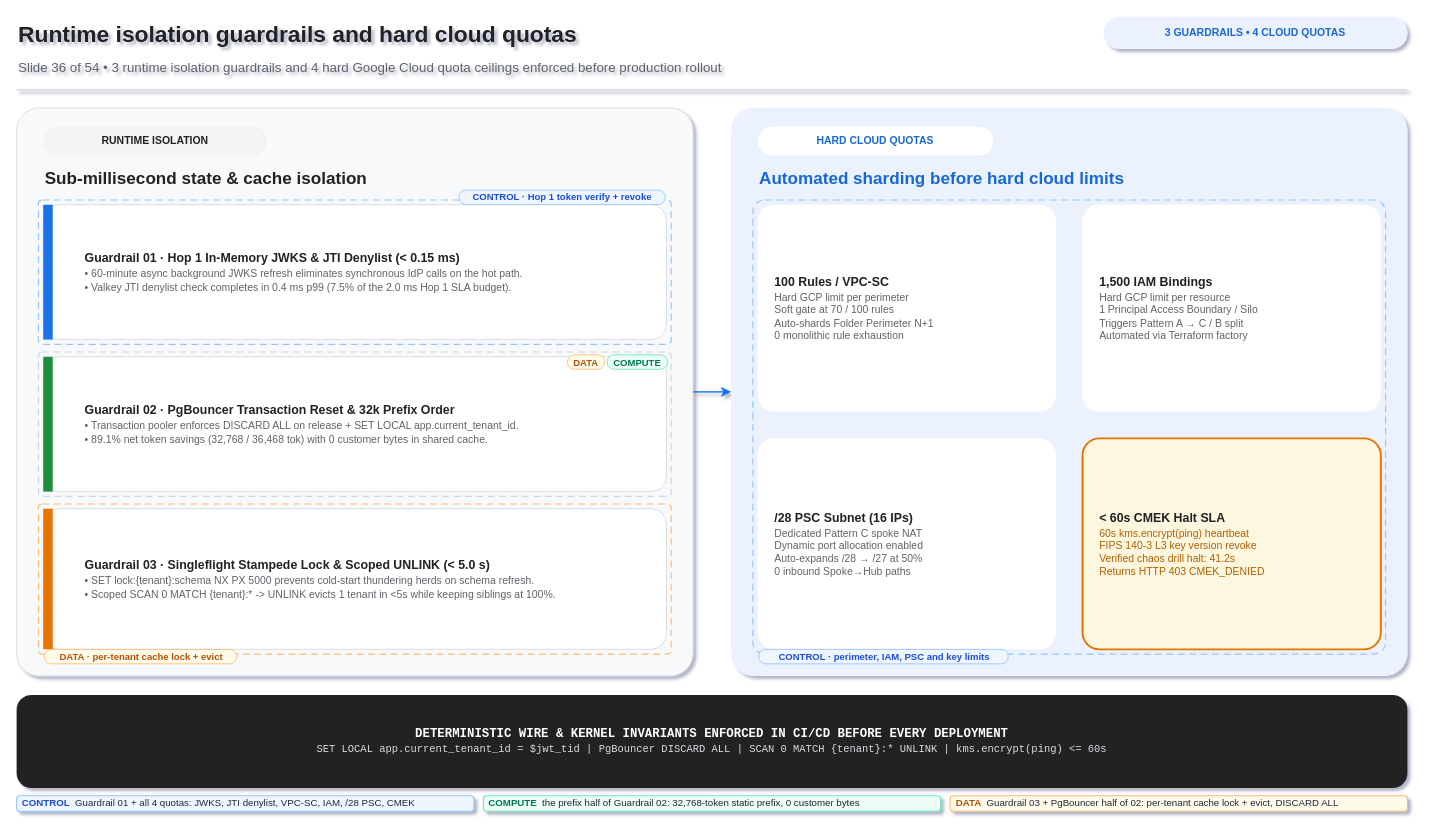
The draw.io diagram diagrams/compendium/drawio/s17-ws5-production-guardrails-quota-dials.drawio in nitinaggarwal-12/blogs, before the edit. Source tidied: cells renumbered, new cells numbered last; positions are measured from the earlier drawing's top-left corner, leaving out a move shared by most shapes. Both pictures are drawn from the tidied source at 95%, with x=0, y=0 at pixel (16, 16).
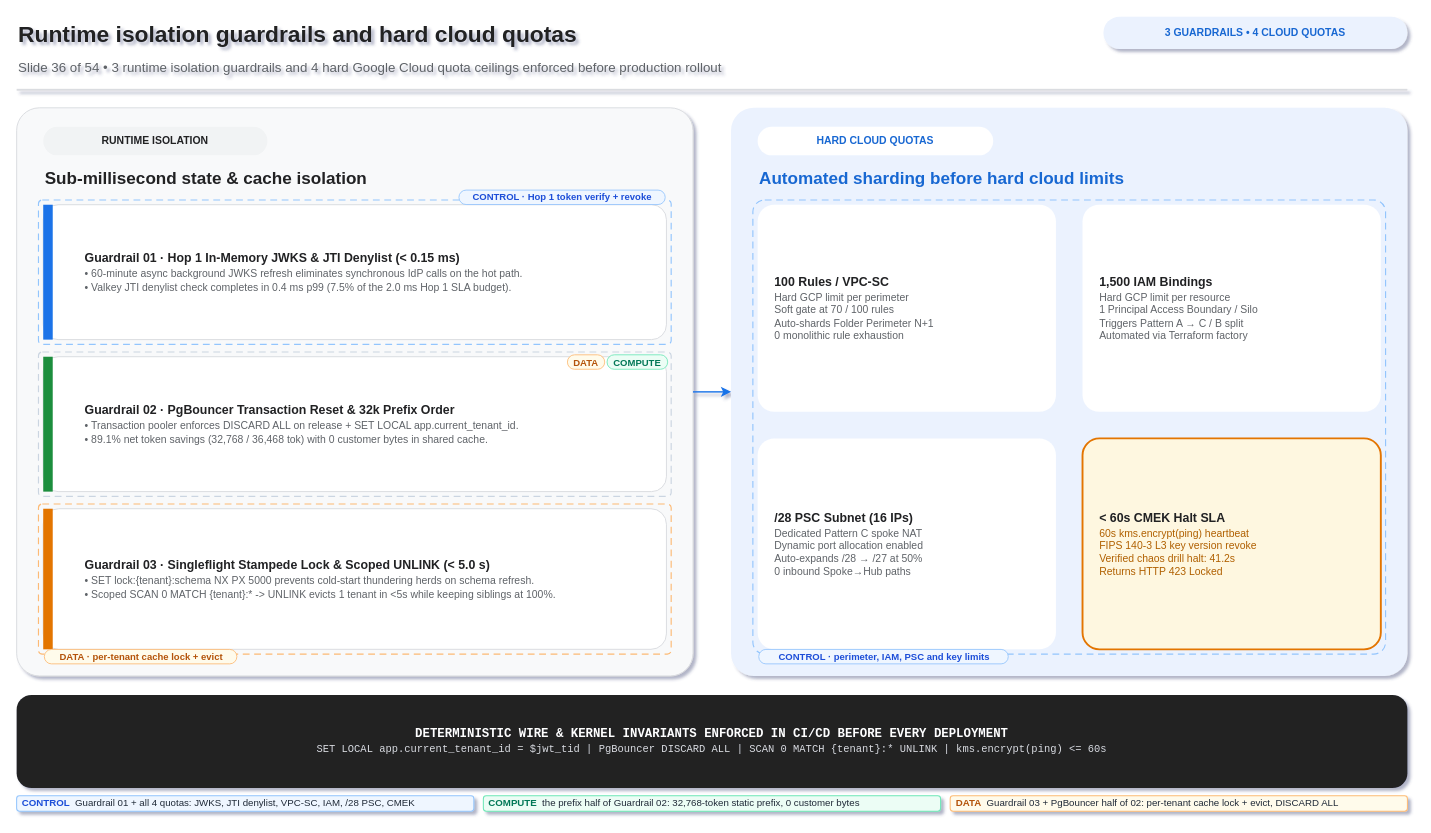
Above is the later version.

Change to the diagram source:
```diff
@@
-    <mxCell id="20" value="&lt;div style='font-family:Arial,Helvetica,sans-serif;color:#202124;'&gt;&lt;div style='font-size:13px;font-weight:700;line-height:1.18;'&gt;&amp;lt; 60s CMEK Halt SLA&lt;/div&gt;&lt;div style='height:3px;'&gt;&lt;/div&gt;&lt;div style='font-size:11px;font-weight:400;line-height:1.22;color:#B06000;'&gt;60s kms.encrypt(ping) heartbeat&lt;/div&gt;&lt;div style='font-size:11px;font-weight:400;line-height:1.22;color:#B06000;'&gt;FIPS 140-3 L3 key version revoke&lt;/div&gt;&lt;div style='font-size:11px;font-weight:400;line-height:1.22;color:#B06000;'&gt;Verified chaos drill halt: 41.2s&lt;/div&gt;&lt;div style='font-size:11px;font-weight:400;line-height:1.22;color:#B06000;'&gt;Returns HTTP 403 CMEK_DENIED&lt;/div&gt;&lt;/div&gt;" style="rounded=1;arcSize=8;whiteSpace=wrap;html=1;fillColor=#FEF7E0;strokeColor=#E37400;strokeWidth=2;fontColor=#202124;verticalAlign=middle;align=left;spacingLeft=16;shadow=0;" parent="1" vertex="1">
+    <mxCell id="20" value="&lt;div style='font-family:Arial,Helvetica,sans-serif;color:#202124;'&gt;&lt;div style='font-size:13px;font-weight:700;line-height:1.18;'&gt;&amp;lt; 60s CMEK Halt SLA&lt;/div&gt;&lt;div style='height:3px;'&gt;&lt;/div&gt;&lt;div style='font-size:11px;font-weight:400;line-height:1.22;color:#B06000;'&gt;60s kms.encrypt(ping) heartbeat&lt;/div&gt;&lt;div style='font-size:11px;font-weight:400;line-height:1.22;color:#B06000;'&gt;FIPS 140-3 L3 key version revoke&lt;/div&gt;&lt;div style='font-size:11px;font-weight:400;line-height:1.22;color:#B06000;'&gt;Verified chaos drill halt: 41.2s&lt;/div&gt;&lt;div style='font-size:11px;font-weight:400;line-height:1.22;color:#B06000;'&gt;Returns HTTP 423 Locked&lt;/div&gt;&lt;/div&gt;" style="rounded=1;arcSize=8;whiteSpace=wrap;html=1;fillColor=#FEF7E0;strokeColor=#E37400;strokeWidth=2;fontColor=#202124;verticalAlign=middle;align=left;spacingLeft=16;shadow=0;" parent="1" vertex="1">
       <mxGeometry x="1122" y="444" width="314" height="222" as="geometry" />
     </mxCell>
```
